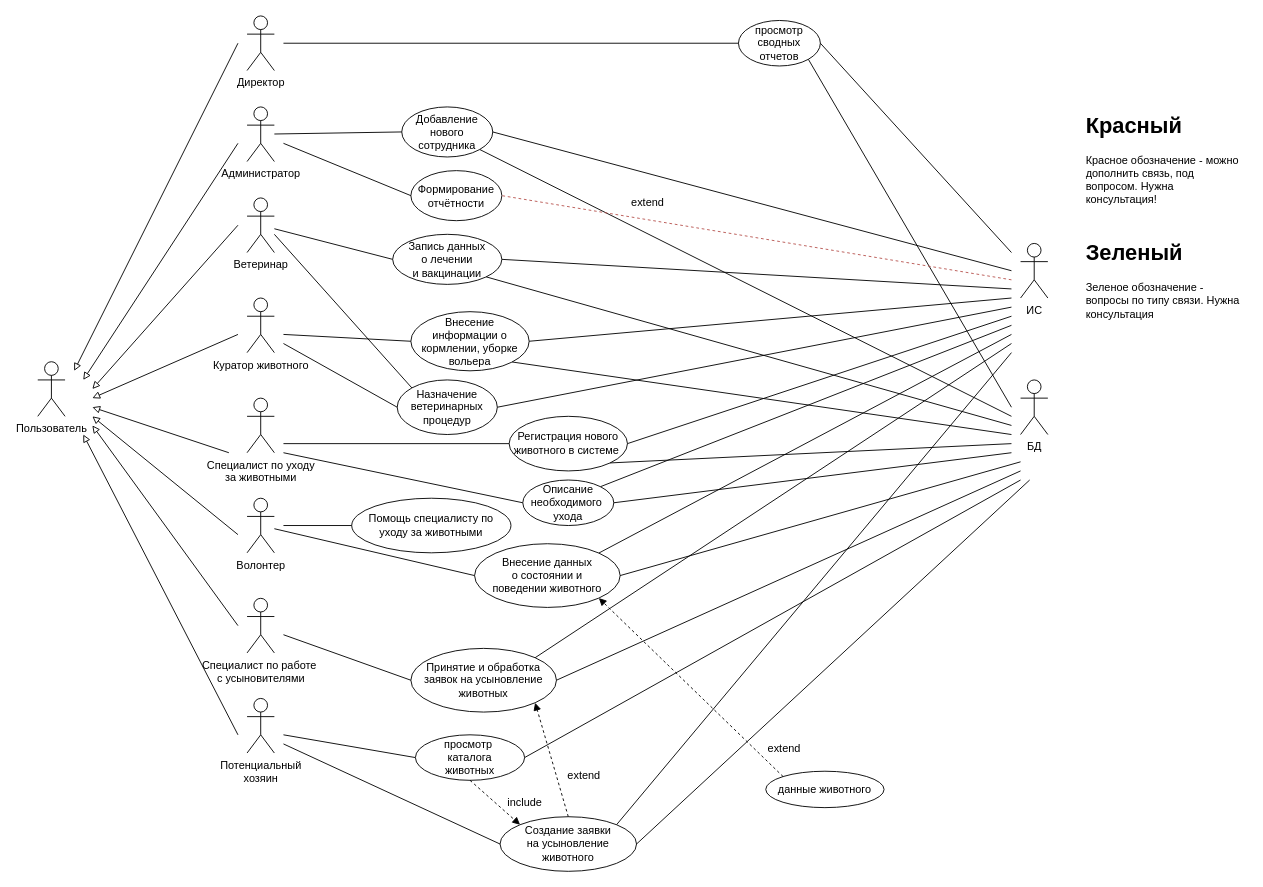
DaniilKOT112/Doc keeps this draw.io diagram as Диаграмма use-case.drawio. Above is the earlier version. Source tidied: cells renumbered, new cells numbered last; positions are measured from the earlier drawing's top-left corner, leaving out a move shared by most shapes. Both pictures are drawn from the tidied source at 91%, with x=0, y=0 at pixel (37, 15).
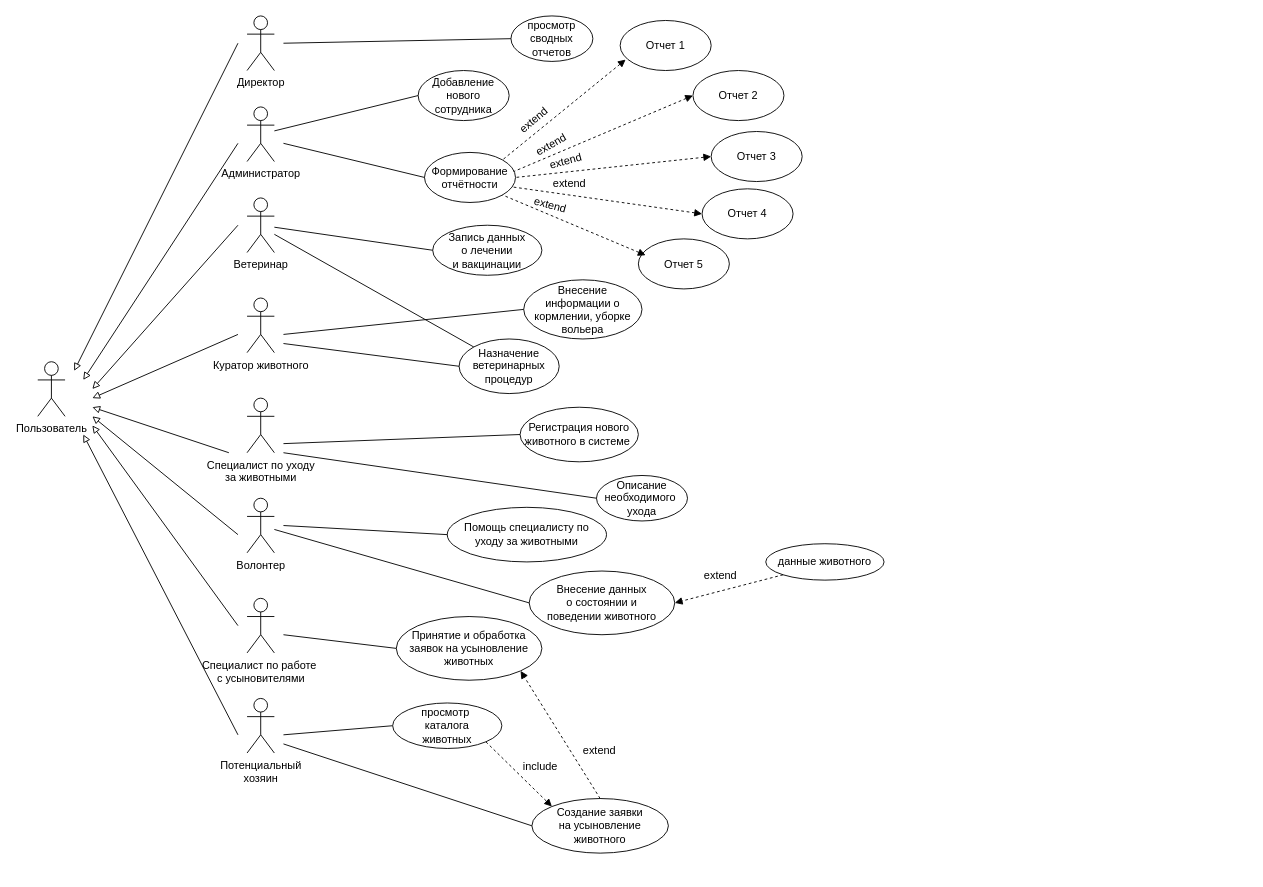
Above is the later version.

The edit, as a diff of the source:
```diff
@@
     <mxCell id="19" value="просмотр сводных отчетов" style="ellipse;whiteSpace=wrap;html=1;" parent="1" vertex="1">
-      <mxGeometry x="770" y="5" width="90" height="50" as="geometry" />
+      <mxGeometry x="520" width="90" height="50" as="geometry" />
     </mxCell>
@@
-    <mxCell id="21" value="ИС" style="shape=umlActor;verticalLabelPosition=bottom;verticalAlign=top;html=1;" parent="1" vertex="1">
-      <mxGeometry x="1080" y="250" width="30" height="60" as="geometry" />
-    </mxCell>
-    <mxCell id="22" value="БД" style="shape=umlActor;verticalLabelPosition=bottom;verticalAlign=top;html=1;" parent="1" vertex="1">
-      <mxGeometry x="1080" y="400" width="30" height="60" as="geometry" />
-    </mxCell>
-    <mxCell id="23" style="endArrow=none;html=1;rounded=0;entryX=1;entryY=0.5;entryDx=0;entryDy=0;" parent="1" edge="1" target="19">
-      <mxGeometry relative="1" as="geometry">
-        <mxPoint x="1070" y="260" as="sourcePoint" />
-      </mxGeometry>
-    </mxCell>
-    <mxCell id="24" style="endArrow=none;html=1;rounded=0;entryX=1;entryY=1;entryDx=0;entryDy=0;" parent="1" edge="1" target="19">
-      <mxGeometry relative="1" as="geometry">
-        <mxPoint x="1070" y="430" as="sourcePoint" />
-      </mxGeometry>
-    </mxCell>
     <mxCell id="25" value="Добавление&lt;div&gt;нового&lt;/div&gt;&lt;div&gt;сотрудника&lt;/div&gt;" style="ellipse;whiteSpace=wrap;html=1;" parent="1" vertex="1">
-      <mxGeometry x="400" y="100" width="100" height="55" as="geometry" />
+      <mxGeometry x="418" y="60" width="100" height="55" as="geometry" />
     </mxCell>
@@
-    <mxCell id="27" style="endArrow=none;html=1;rounded=0;entryX=1;entryY=0.5;entryDx=0;entryDy=0;" parent="1" edge="1" target="25">
-      <mxGeometry relative="1" as="geometry">
-        <mxPoint x="1070" y="280" as="sourcePoint" />
-      </mxGeometry>
-    </mxCell>
-    <mxCell id="28" style="endArrow=none;html=1;rounded=0;entryX=1;entryY=1;entryDx=0;entryDy=0;" parent="1" edge="1" target="25">
-      <mxGeometry relative="1" as="geometry">
-        <mxPoint x="1070" y="440" as="sourcePoint" />
-      </mxGeometry>
-    </mxCell>
     <mxCell id="29" value="Формирование&lt;div&gt;отчётности&lt;/div&gt;" style="ellipse;whiteSpace=wrap;html=1;" parent="1" vertex="1">
-      <mxGeometry x="410" y="170" width="100" height="55" as="geometry" />
+      <mxGeometry x="425" y="150" width="100" height="55" as="geometry" />
     </mxCell>
@@
-    <mxCell id="31" style="endArrow=none;html=1;rounded=0;entryX=1;entryY=0.5;entryDx=0;entryDy=0;fillColor=#f8cecc;strokeColor=#b85450;dashed=1;" parent="1" edge="1" target="29">
-      <mxGeometry relative="1" as="geometry">
-        <mxPoint x="1070" y="290" as="sourcePoint" />
-      </mxGeometry>
+    <mxCell id="31" style="endArrow=none;html=1;rounded=0;entryX=1;entryY=0;entryDx=0;entryDy=0;dashed=1;exitX=0.06;exitY=0.782;exitDx=0;exitDy=0;startArrow=block;startFill=1;exitPerimeter=0;" parent="1" edge="1" source="79" target="29">
+      <mxGeometry relative="1" as="geometry" />
     </mxCell>
     <mxCell id="32" value="Запись данных&lt;div&gt;о лечении&lt;/div&gt;&lt;div&gt;и вакцинации&lt;/div&gt;" style="ellipse;whiteSpace=wrap;html=1;" parent="1" vertex="1">
-      <mxGeometry x="390" y="240" width="120" height="55" as="geometry" />
+      <mxGeometry x="434" y="230" width="120" height="55" as="geometry" />
     </mxCell>
@@
-    <mxCell id="34" style="endArrow=none;html=1;rounded=0;entryX=1;entryY=0.5;entryDx=0;entryDy=0;" parent="1" edge="1" target="32">
-      <mxGeometry relative="1" as="geometry">
-        <mxPoint x="1070" y="300" as="sourcePoint" />
-      </mxGeometry>
-    </mxCell>
-    <mxCell id="35" style="endArrow=none;html=1;rounded=0;entryX=1;entryY=1;entryDx=0;entryDy=0;" parent="1" edge="1" target="32">
-      <mxGeometry relative="1" as="geometry">
-        <mxPoint x="1070" y="450" as="sourcePoint" />
-      </mxGeometry>
-    </mxCell>
     <mxCell id="36" value="Внесение информации о кормлении, уборке вольера" style="ellipse;whiteSpace=wrap;html=1;" parent="1" vertex="1">
-      <mxGeometry x="410" y="325" width="130" height="65" as="geometry" />
+      <mxGeometry x="534" y="290" width="130" height="65" as="geometry" />
     </mxCell>
@@
-    <mxCell id="38" style="endArrow=none;html=1;rounded=0;entryX=1;entryY=0.5;entryDx=0;entryDy=0;" parent="1" edge="1" target="36">
-      <mxGeometry relative="1" as="geometry">
-        <mxPoint x="1070" y="310" as="sourcePoint" />
-      </mxGeometry>
-    </mxCell>
-    <mxCell id="39" style="endArrow=none;html=1;rounded=0;entryX=1;entryY=1;entryDx=0;entryDy=0;" parent="1" edge="1" target="36">
-      <mxGeometry relative="1" as="geometry">
-        <mxPoint x="1070" y="460" as="sourcePoint" />
-      </mxGeometry>
-    </mxCell>
     <mxCell id="40" value="Назначение ветеринарных процедур" style="ellipse;whiteSpace=wrap;html=1;" parent="1" vertex="1">
-      <mxGeometry x="395" y="400" width="110" height="60" as="geometry" />
+      <mxGeometry x="463" y="355" width="110" height="60" as="geometry" />
     </mxCell>
@@
-    <mxCell id="43" style="endArrow=none;html=1;rounded=0;entryX=1;entryY=0.5;entryDx=0;entryDy=0;" parent="1" edge="1" target="40">
-      <mxGeometry relative="1" as="geometry">
-        <mxPoint x="1070" y="320" as="sourcePoint" />
-      </mxGeometry>
-    </mxCell>
-    <mxCell id="44" value="&lt;h1 style=&quot;margin-top: 0px;&quot;&gt;Красный&lt;/h1&gt;&lt;p&gt;Красное обозначение - можно дополнить связь, под вопросом. Нужна консультация!&lt;/p&gt;" style="text;html=1;whiteSpace=wrap;overflow=hidden;rounded=0;" parent="1" vertex="1">
-      <mxGeometry x="1150" y="100" width="180" height="120" as="geometry" />
-    </mxCell>
     <mxCell id="45" value="Регистрация нового животного в системе&amp;nbsp;" style="ellipse;whiteSpace=wrap;html=1;" parent="1" vertex="1">
-      <mxGeometry x="518" y="440" width="130" height="60" as="geometry" />
+      <mxGeometry x="530" y="430" width="130" height="60" as="geometry" />
     </mxCell>
     <mxCell id="46" value="Описание необходимого&amp;nbsp;&lt;div&gt;ухода&lt;/div&gt;" style="ellipse;whiteSpace=wrap;html=1;" parent="1" vertex="1">
-      <mxGeometry x="533" y="510" width="100" height="50" as="geometry" />
+      <mxGeometry x="614" y="505" width="100" height="50" as="geometry" />
     </mxCell>
@@
-    <mxCell id="48" style="endArrow=none;html=1;rounded=0;entryX=1;entryY=0.5;entryDx=0;entryDy=0;" parent="1" edge="1" target="45">
-      <mxGeometry relative="1" as="geometry">
-        <mxPoint x="1070" y="330" as="sourcePoint" />
-      </mxGeometry>
-    </mxCell>
-    <mxCell id="49" style="endArrow=none;html=1;rounded=0;entryX=1;entryY=1;entryDx=0;entryDy=0;" parent="1" edge="1" target="45">
-      <mxGeometry relative="1" as="geometry">
-        <mxPoint x="1070" y="470" as="sourcePoint" />
-      </mxGeometry>
-    </mxCell>
@@
-    <mxCell id="51" style="endArrow=none;html=1;rounded=0;entryX=1;entryY=0.5;entryDx=0;entryDy=0;" parent="1" edge="1" target="46">
-      <mxGeometry relative="1" as="geometry">
-        <mxPoint x="1070" y="480" as="sourcePoint" />
-      </mxGeometry>
-    </mxCell>
-    <mxCell id="52" style="endArrow=none;html=1;rounded=0;entryX=1;entryY=0;entryDx=0;entryDy=0;" parent="1" edge="1" target="46">
-      <mxGeometry relative="1" as="geometry">
-        <mxPoint x="1070" y="340" as="sourcePoint" />
-      </mxGeometry>
-    </mxCell>
-    <mxCell id="53" value="&lt;h1 style=&quot;margin-top: 0px;&quot;&gt;Зеленый&lt;/h1&gt;&lt;p&gt;Зеленое обозначение - вопросы по типу связи. Нужна консультация&lt;/p&gt;" style="text;html=1;whiteSpace=wrap;overflow=hidden;rounded=0;" parent="1" vertex="1">
-      <mxGeometry x="1150" y="240" width="180" height="120" as="geometry" />
-    </mxCell>
     <mxCell id="54" value="Внесение данных&lt;div&gt;о состоянии и&lt;/div&gt;&lt;div&gt;поведении животного&lt;/div&gt;" style="ellipse;whiteSpace=wrap;html=1;" parent="1" vertex="1">
-      <mxGeometry x="480" y="580" width="160" height="70" as="geometry" />
+      <mxGeometry x="540" y="610" width="160" height="70" as="geometry" />
     </mxCell>
@@
     <mxCell id="56" value="Помощь специалисту по&lt;div&gt;уходу за животными&lt;/div&gt;" style="ellipse;whiteSpace=wrap;html=1;" parent="1" vertex="1">
-      <mxGeometry x="345" y="530" width="175" height="60" as="geometry" />
+      <mxGeometry x="450" y="540" width="175" height="60" as="geometry" />
     </mxCell>
     <mxCell id="57" value="данные животного" style="ellipse;whiteSpace=wrap;html=1;" parent="1" vertex="1">
-      <mxGeometry x="800" y="830" width="130" height="40" as="geometry" />
+      <mxGeometry x="800" y="580" width="130" height="40" as="geometry" />
     </mxCell>
-    <mxCell id="58" style="endArrow=block;html=1;rounded=0;endFill=1;exitX=0;exitY=0;exitDx=0;exitDy=0;entryX=1;entryY=1;entryDx=0;entryDy=0;dashed=1;" parent="1" edge="1" source="57" target="54">
+    <mxCell id="58" style="endArrow=block;html=1;rounded=0;endFill=1;exitX=0;exitY=1;exitDx=0;exitDy=0;entryX=1;entryY=0.5;entryDx=0;entryDy=0;dashed=1;" parent="1" edge="1" source="57" target="54">
       <mxGeometry relative="1" as="geometry" />
     </mxCell>
@@
-    <mxCell id="60" style="endArrow=none;html=1;rounded=0;entryX=1;entryY=0.5;entryDx=0;entryDy=0;" parent="1" edge="1" target="54">
-      <mxGeometry relative="1" as="geometry">
-        <mxPoint x="1080" y="490" as="sourcePoint" />
-      </mxGeometry>
-    </mxCell>
-    <mxCell id="61" style="endArrow=none;html=1;rounded=0;entryX=1;entryY=0;entryDx=0;entryDy=0;" parent="1" edge="1" target="54">
-      <mxGeometry relative="1" as="geometry">
-        <mxPoint x="1070" y="350" as="sourcePoint" />
-      </mxGeometry>
-    </mxCell>
     <mxCell id="62" value="Принятие и обработка заявок на усыновление животных" style="ellipse;whiteSpace=wrap;html=1;" parent="1" vertex="1">
-      <mxGeometry x="410" y="695" width="160" height="70" as="geometry" />
+      <mxGeometry x="394" y="660" width="160" height="70" as="geometry" />
     </mxCell>
@@
-    <mxCell id="64" style="endArrow=none;html=1;rounded=0;entryX=1;entryY=0.5;entryDx=0;entryDy=0;" parent="1" edge="1" target="62">
-      <mxGeometry relative="1" as="geometry">
-        <mxPoint x="1080" y="500" as="sourcePoint" />
-      </mxGeometry>
-    </mxCell>
-    <mxCell id="65" style="endArrow=none;html=1;rounded=0;entryX=1;entryY=0;entryDx=0;entryDy=0;" parent="1" edge="1" target="62">
-      <mxGeometry relative="1" as="geometry">
-        <mxPoint x="1070" y="360" as="sourcePoint" />
-      </mxGeometry>
-    </mxCell>
@@
     <mxCell id="67" value="просмотр&amp;nbsp;&lt;div&gt;каталога&lt;/div&gt;&lt;div&gt;животных&lt;/div&gt;" style="ellipse;whiteSpace=wrap;html=1;" parent="1" vertex="1">
-      <mxGeometry x="415" y="790" width="120" height="50" as="geometry" />
+      <mxGeometry x="390" y="755" width="120" height="50" as="geometry" />
     </mxCell>
-    <mxCell id="68" style="endArrow=none;html=1;rounded=0;entryX=1;entryY=0.5;entryDx=0;entryDy=0;" parent="1" edge="1" target="67">
-      <mxGeometry relative="1" as="geometry">
-        <mxPoint x="1080" y="510" as="sourcePoint" />
-      </mxGeometry>
-    </mxCell>
-    <mxCell id="69" style="endArrow=block;html=1;rounded=0;endFill=1;exitX=0.5;exitY=1;exitDx=0;exitDy=0;entryX=0;entryY=0;entryDx=0;entryDy=0;dashed=1;" parent="1" edge="1" source="67" target="70">
+    <mxCell id="69" style="endArrow=block;html=1;rounded=0;endFill=1;exitX=1;exitY=1;exitDx=0;exitDy=0;entryX=0;entryY=0;entryDx=0;entryDy=0;dashed=1;" parent="1" edge="1" source="67" target="70">
       <mxGeometry relative="1" as="geometry" />
     </mxCell>
     <mxCell id="70" value="Создание заявки&lt;div&gt;на усыновление&lt;/div&gt;&lt;div&gt;животного&lt;/div&gt;" style="ellipse;whiteSpace=wrap;html=1;" parent="1" vertex="1">
-      <mxGeometry x="508" y="880" width="150" height="60" as="geometry" />
+      <mxGeometry x="543" y="860" width="150" height="60" as="geometry" />
     </mxCell>
@@
-    <mxCell id="73" style="endArrow=none;html=1;rounded=0;entryX=1;entryY=0.5;entryDx=0;entryDy=0;" parent="1" edge="1" target="70">
-      <mxGeometry relative="1" as="geometry">
-        <mxPoint x="1090" y="510" as="sourcePoint" />
-      </mxGeometry>
-    </mxCell>
-    <mxCell id="74" style="endArrow=none;html=1;rounded=0;entryX=1;entryY=0;entryDx=0;entryDy=0;" parent="1" edge="1" target="70">
-      <mxGeometry relative="1" as="geometry">
-        <mxPoint x="1070" y="370" as="sourcePoint" />
-      </mxGeometry>
-    </mxCell>
     <mxCell id="75" value="extend" style="text;html=1;align=center;verticalAlign=middle;strokeColor=none;fillColor=none;" parent="1" vertex="1">
-      <mxGeometry x="790" y="790" width="60" height="30" as="geometry" />
+      <mxGeometry x="720" y="600" width="60" height="30" as="geometry" />
     </mxCell>
     <mxCell id="76" value="extend" style="text;html=1;align=center;verticalAlign=middle;strokeColor=none;fillColor=none;" parent="1" vertex="1">
-      <mxGeometry x="570" y="820" width="60" height="30" as="geometry" />
+      <mxGeometry x="587" y="793" width="60" height="30" as="geometry" />
     </mxCell>
     <mxCell id="77" value="include" style="text;html=1;align=center;verticalAlign=middle;strokeColor=none;fillColor=none;" parent="1" vertex="1">
-      <mxGeometry x="505" y="850" width="60" height="30" as="geometry" />
+      <mxGeometry x="522" y="810" width="60" height="30" as="geometry" />
     </mxCell>
-    <mxCell id="78" value="extend" style="text;html=1;align=center;verticalAlign=middle;strokeColor=none;fillColor=none;" parent="1" vertex="1">
-      <mxGeometry x="640" y="190" width="60" height="30" as="geometry" />
+    <mxCell id="78" value="extend" style="text;html=1;align=center;verticalAlign=middle;strokeColor=none;fillColor=none;rotation=-40;" parent="1" vertex="1">
+      <mxGeometry x="515" y="100" width="60" height="30" as="geometry" />
     </mxCell>
+    <mxCell id="79" value="Отчет 1" style="ellipse;whiteSpace=wrap;html=1;" parent="1" vertex="1">
+      <mxGeometry x="640" y="5" width="100" height="55" as="geometry" />
+    </mxCell>
+    <mxCell id="80" value="Отчет 2" style="ellipse;whiteSpace=wrap;html=1;" parent="1" vertex="1">
+      <mxGeometry x="720" y="60" width="100" height="55" as="geometry" />
+    </mxCell>
+    <mxCell id="81" style="endArrow=none;html=1;rounded=0;entryX=0.98;entryY=0.382;entryDx=0;entryDy=0;dashed=1;exitX=0;exitY=0.5;exitDx=0;exitDy=0;entryPerimeter=0;startArrow=block;startFill=1;" parent="1" edge="1" source="80" target="29">
+      <mxGeometry relative="1" as="geometry" />
+    </mxCell>
+    <mxCell id="82" value="extend" style="text;html=1;align=center;verticalAlign=middle;strokeColor=none;fillColor=none;rotation=-30;" parent="1" vertex="1">
+      <mxGeometry x="534" y="127" width="60" height="30" as="geometry" />
+    </mxCell>
+    <mxCell id="83" value="Отчет 3" style="ellipse;whiteSpace=wrap;html=1;" parent="1" vertex="1">
+      <mxGeometry x="740" y="127" width="100" height="55" as="geometry" />
+    </mxCell>
+    <mxCell id="84" style="endArrow=none;html=1;rounded=0;entryX=1;entryY=0.5;entryDx=0;entryDy=0;dashed=1;exitX=0;exitY=0.5;exitDx=0;exitDy=0;startArrow=block;startFill=1;" parent="1" edge="1" source="83" target="29">
+      <mxGeometry relative="1" as="geometry" />
+    </mxCell>
+    <mxCell id="85" value="extend" style="text;html=1;align=center;verticalAlign=middle;strokeColor=none;fillColor=none;rotation=-15;" parent="1" vertex="1">
+      <mxGeometry x="550" y="145" width="60" height="30" as="geometry" />
+    </mxCell>
+    <mxCell id="86" value="Отчет 4" style="ellipse;whiteSpace=wrap;html=1;" parent="1" vertex="1">
+      <mxGeometry x="730" y="190" width="100" height="55" as="geometry" />
+    </mxCell>
+    <mxCell id="87" style="endArrow=none;html=1;rounded=0;entryX=0.97;entryY=0.691;entryDx=0;entryDy=0;dashed=1;exitX=0;exitY=0.5;exitDx=0;exitDy=0;startArrow=block;startFill=1;entryPerimeter=0;" parent="1" edge="1" source="86" target="29">
+      <mxGeometry relative="1" as="geometry" />
+    </mxCell>
+    <mxCell id="88" value="extend" style="text;html=1;align=center;verticalAlign=middle;strokeColor=none;fillColor=none;rotation=0;" parent="1" vertex="1">
+      <mxGeometry x="554" y="170" width="60" height="30" as="geometry" />
+    </mxCell>
+    <mxCell id="89" value="Отчет 5" style="ellipse;whiteSpace=wrap;html=1;" parent="1" vertex="1">
+      <mxGeometry x="660" y="245" width="100" height="55" as="geometry" />
+    </mxCell>
+    <mxCell id="90" style="endArrow=none;html=1;rounded=0;entryX=1;entryY=1;entryDx=0;entryDy=0;dashed=1;exitX=0.08;exitY=0.327;exitDx=0;exitDy=0;startArrow=block;startFill=1;exitPerimeter=0;" parent="1" edge="1" source="89" target="29">
+      <mxGeometry relative="1" as="geometry" />
+    </mxCell>
+    <mxCell id="91" value="extend" style="text;html=1;align=center;verticalAlign=middle;strokeColor=none;fillColor=none;rotation=15;" parent="1" vertex="1">
+      <mxGeometry x="533" y="193" width="60" height="30" as="geometry" />
+    </mxCell>
```
